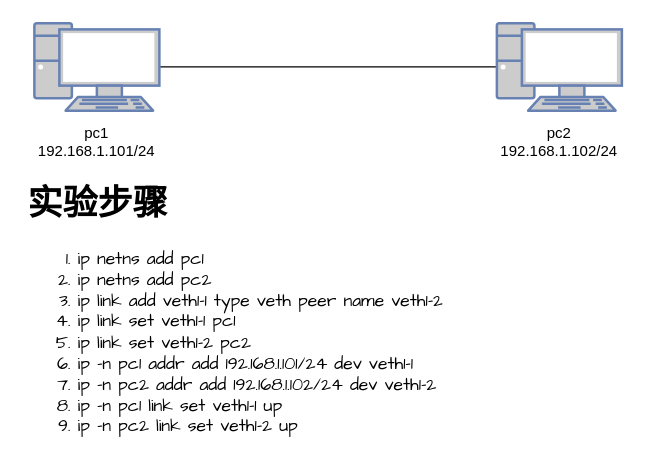
Above: page "direct" (8 of 12) of network_trainning.drawio in garryfan2013/network_trainning (draw.io), before the change. Source tidied: cells renumbered, new cells numbered last; positions are measured from the earlier drawing's top-left corner, leaving out a move shared by most shapes. Both pictures are drawn from the tidied source at 125%, with x=0, y=0 at pixel (21, 22).
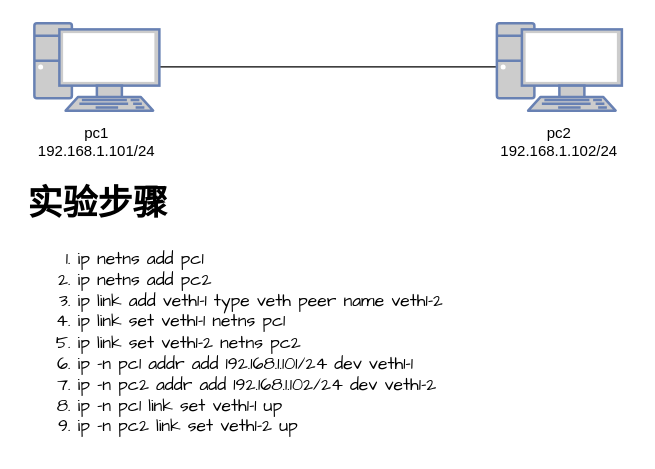
Above is the later version.

Commit message (it also covers changes not shown here):
fix ip link set netns error

Change to the diagram source:
```diff
@@
 <mxGraphModel>
   <root>
     <mxCell id="0" />
     <mxCell id="1" parent="0" />
     <mxCell id="2" style="edgeStyle=entityRelationEdgeStyle;rounded=0;jettySize=auto;html=1;endArrow=none;endFill=0;" parent="1" edge="1" source="3" target="4">
       <mxGeometry relative="1" as="geometry" />
     </mxCell>
     <mxCell id="3" style="fontColor=#0066CC;verticalAlign=top;verticalLabelPosition=bottom;labelPosition=center;align=center;html=1;outlineConnect=0;fillColor=#CCCCCC;strokeColor=#6881B3;gradientColor=none;gradientDirection=north;strokeWidth=2;shape=mxgraph.networks.pc;" parent="1" vertex="1">
       <mxGeometry x="10" width="100" height="70" as="geometry" />
     </mxCell>
     <mxCell id="4" style="fontColor=#0066CC;verticalAlign=top;verticalLabelPosition=bottom;labelPosition=center;align=center;html=1;outlineConnect=0;fillColor=#CCCCCC;strokeColor=#6881B3;gradientColor=none;gradientDirection=north;strokeWidth=2;shape=mxgraph.networks.pc;" parent="1" vertex="1">
       <mxGeometry x="380" width="100" height="70" as="geometry" />
     </mxCell>
     <mxCell id="5" value="pc1&lt;br&gt;192.168.1.101/24" style="text;html=1;strokeColor=none;fillColor=none;align=center;verticalAlign=middle;whiteSpace=wrap;rounded=0;dashed=1;" parent="1" vertex="1">
       <mxGeometry y="80" width="120" height="30" as="geometry" />
     </mxCell>
     <mxCell id="6" value="pc2&lt;br&gt;192.168.1.102/24" style="text;html=1;strokeColor=none;fillColor=none;align=center;verticalAlign=middle;whiteSpace=wrap;rounded=0;dashed=1;" parent="1" vertex="1">
       <mxGeometry x="370" y="80" width="120" height="30" as="geometry" />
     </mxCell>
-    <mxCell id="7" value="&lt;h1&gt;实验步骤&lt;/h1&gt;&lt;p&gt;&lt;/p&gt;&lt;ol&gt;&lt;li&gt;ip netns add pc1&lt;/li&gt;&lt;li&gt;ip netns add pc2&lt;/li&gt;&lt;li&gt;ip link add veth1-1 type veth peer name veth1-2&lt;/li&gt;&lt;li&gt;ip link set veth1-1 pc1&lt;/li&gt;&lt;li&gt;ip link set veth1-2 pc2&lt;/li&gt;&lt;li&gt;ip -n pc1 addr add 192.168.1.101/24 dev veth1-1&lt;/li&gt;&lt;li&gt;ip -n pc2 addr add 192.168.1.102/24 dev veth1-2&lt;/li&gt;&lt;li&gt;ip -n pc1 link set veth1-1 up&lt;/li&gt;&lt;li&gt;ip -n pc2 link set veth1-2 up&amp;nbsp;&lt;/li&gt;&lt;/ol&gt;&lt;p&gt;&lt;/p&gt;" style="text;html=1;strokeColor=none;fillColor=none;spacing=5;spacingTop=-20;whiteSpace=wrap;overflow=hidden;rounded=0;fontFamily=Comic Sans MS;fontSize=14;" parent="1" vertex="1">
+    <mxCell id="7" value="&lt;h1&gt;实验步骤&lt;/h1&gt;&lt;p&gt;&lt;/p&gt;&lt;ol&gt;&lt;li&gt;ip netns add pc1&lt;/li&gt;&lt;li&gt;ip netns add pc2&lt;/li&gt;&lt;li&gt;ip link add veth1-1 type veth peer name veth1-2&lt;/li&gt;&lt;li&gt;ip link set veth1-1 netns pc1&lt;/li&gt;&lt;li&gt;ip link set veth1-2 netns pc2&lt;/li&gt;&lt;li&gt;ip -n pc1 addr add 192.168.1.101/24 dev veth1-1&lt;/li&gt;&lt;li&gt;ip -n pc2 addr add 192.168.1.102/24 dev veth1-2&lt;/li&gt;&lt;li&gt;ip -n pc1 link set veth1-1 up&lt;/li&gt;&lt;li&gt;ip -n pc2 link set veth1-2 up&amp;nbsp;&lt;/li&gt;&lt;/ol&gt;&lt;p&gt;&lt;/p&gt;" style="text;html=1;strokeColor=none;fillColor=none;spacing=5;spacingTop=-20;whiteSpace=wrap;overflow=hidden;rounded=0;fontFamily=Comic Sans MS;fontSize=14;" parent="1" vertex="1">
       <mxGeometry y="120" width="470" height="220" as="geometry" />
     </mxCell>
   </root>
 </mxGraphModel>
```
